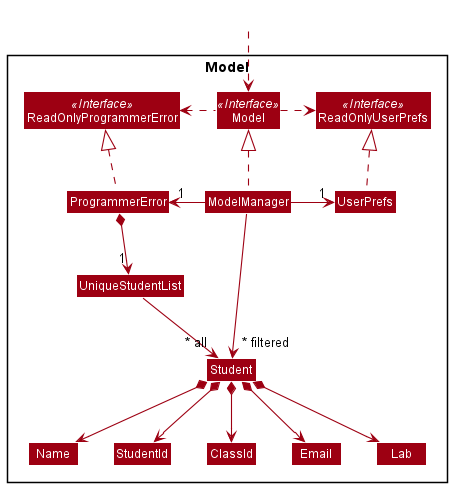
This is docs/images/ModelClassDiagram.png from nus-cs2103-AY2122S1/tp, a PlantUML export, as it was before one commit.
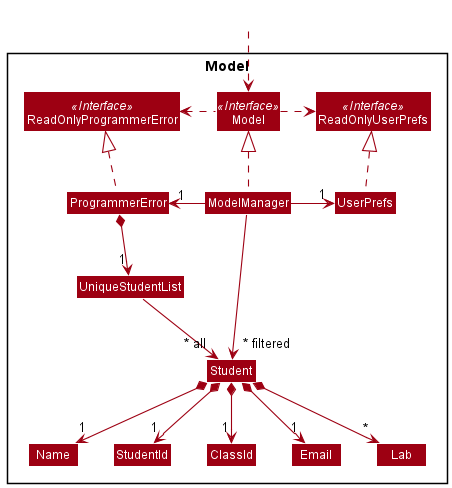
The same diagram one commit later.

The edit, as a diff of the source:
```diff
@@ -41,11 +41,11 @@
 
 ProgrammerError *--> "1" UniqueStudentList
 UniqueStudentList --> "~* all" Student
-Student *--> Name
-Student *--> StudentId
-Student *--> ClassId
-Student *--> Email
-Student *--> Lab
+Student *--> "1" Name
+Student *--> "1" StudentId
+Student *--> "1" ClassId
+Student *--> "1" Email
+Student *--> "*" Lab
 
 Name -[hidden]right-> StudentId
 StudentId -[hidden]right-> ClassId
```
